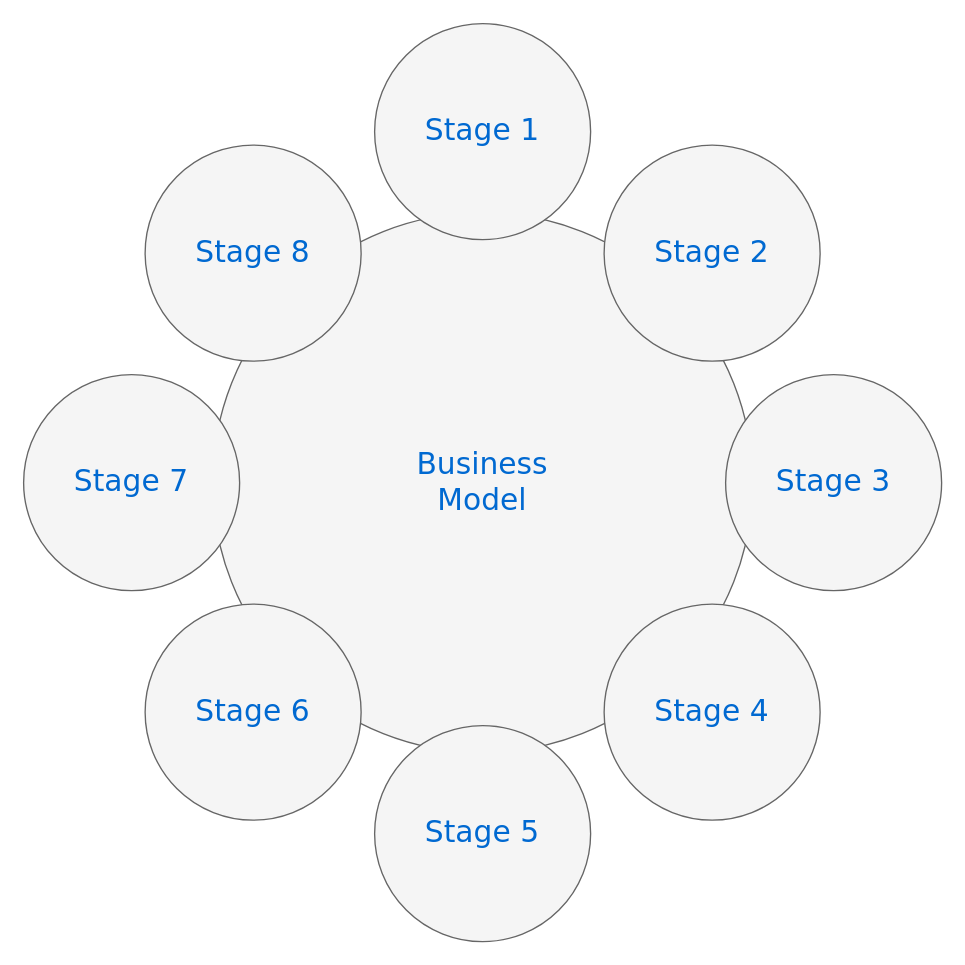
Before: Untitled Diagram.drawio in kevinparra-ops/kevinparra-ops, a draw.io diagram. Source tidied: cells renumbered, new cells numbered last; positions are measured from the earlier drawing's top-left corner, leaving out a move shared by most shapes. Both pictures are drawn from the tidied source at 135%, with x=0, y=0 at pixel (23, 23).
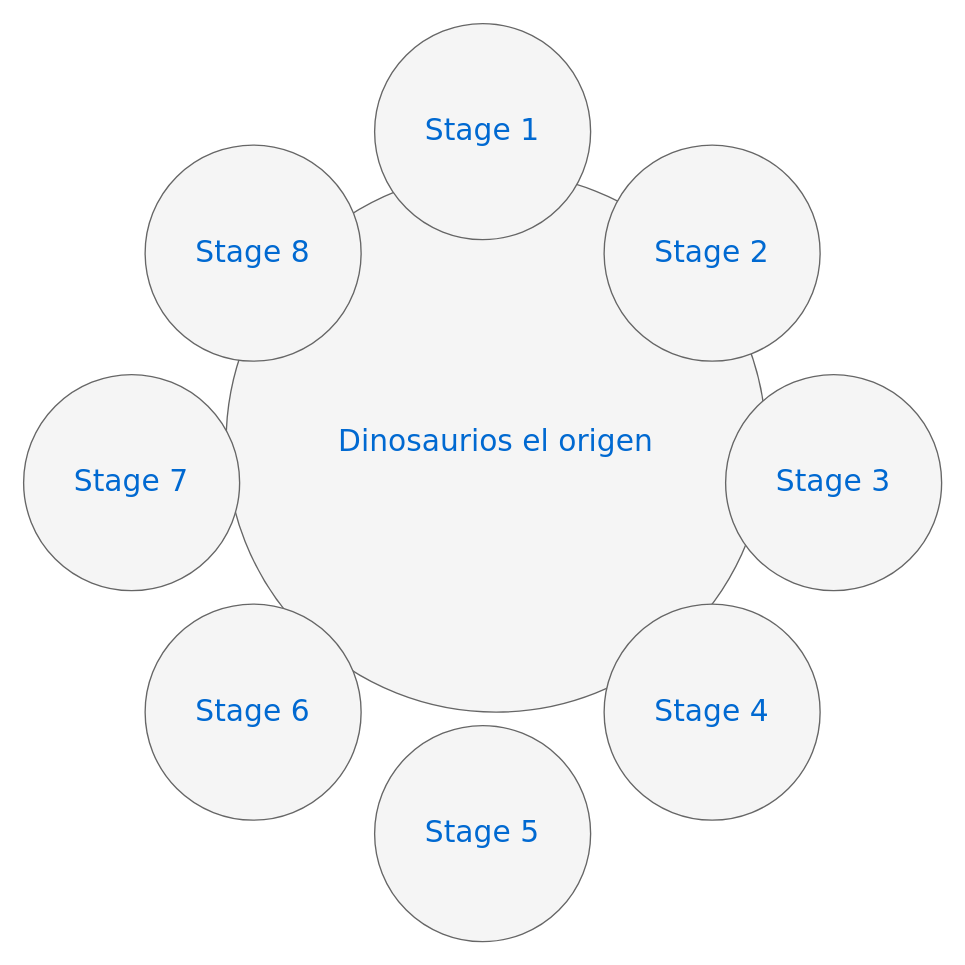
The same diagram, later.

What changed in the source:
```diff
@@
 <mxGraphModel>
   <root>
     <mxCell id="0" />
     <mxCell id="1" parent="0" />
-    <mxCell id="2" value="Business&lt;div&gt;Model&lt;/div&gt;" style="ellipse;whiteSpace=wrap;html=1;rounded=0;shadow=0;dashed=0;comic=0;fontFamily=Verdana;fontSize=22;fontColor=#0069D1;fillColor=#f5f5f5;strokeColor=#666666;" parent="1" vertex="1">
-      <mxGeometry x="140" y="140" width="400" height="400" as="geometry" />
+    <mxCell id="2" value="Dinosaurios el origen" style="ellipse;whiteSpace=wrap;html=1;rounded=0;shadow=0;dashed=0;comic=0;fontFamily=Verdana;fontSize=22;fontColor=#0069D1;fillColor=#f5f5f5;strokeColor=#666666;" parent="1" vertex="1">
+      <mxGeometry x="150" y="110" width="400" height="400" as="geometry" />
     </mxCell>
     <mxCell id="3" value="Stage 1" style="ellipse;whiteSpace=wrap;html=1;rounded=0;shadow=0;dashed=0;comic=0;fontFamily=Verdana;fontSize=22;fontColor=#0069D1;fillColor=#f5f5f5;strokeColor=#666666;" parent="1" vertex="1">
       <mxGeometry x="260" width="160" height="160" as="geometry" />
     </mxCell>
     <mxCell id="4" value="Stage 5" style="ellipse;whiteSpace=wrap;html=1;rounded=0;shadow=0;dashed=0;comic=0;fontFamily=Verdana;fontSize=22;fontColor=#0069D1;fillColor=#f5f5f5;strokeColor=#666666;" parent="1" vertex="1">
       <mxGeometry x="260" y="520" width="160" height="160" as="geometry" />
     </mxCell>
     <mxCell id="5" value="Stage 3" style="ellipse;whiteSpace=wrap;html=1;rounded=0;shadow=0;dashed=0;comic=0;fontFamily=Verdana;fontSize=22;fontColor=#0069D1;fillColor=#f5f5f5;strokeColor=#666666;" parent="1" vertex="1">
       <mxGeometry x="520" y="260" width="160" height="160" as="geometry" />
     </mxCell>
     <mxCell id="6" value="Stage 7" style="ellipse;whiteSpace=wrap;html=1;rounded=0;shadow=0;dashed=0;comic=0;fontFamily=Verdana;fontSize=22;fontColor=#0069D1;fillColor=#f5f5f5;strokeColor=#666666;" parent="1" vertex="1">
       <mxGeometry y="260" width="160" height="160" as="geometry" />
     </mxCell>
     <mxCell id="7" value="Stage 8" style="ellipse;whiteSpace=wrap;html=1;rounded=0;shadow=0;dashed=0;comic=0;fontFamily=Verdana;fontSize=22;fontColor=#0069D1;fillColor=#f5f5f5;strokeColor=#666666;" parent="1" vertex="1">
       <mxGeometry x="90" y="90" width="160" height="160" as="geometry" />
     </mxCell>
     <mxCell id="8" value="Stage 2" style="ellipse;whiteSpace=wrap;html=1;rounded=0;shadow=0;dashed=0;comic=0;fontFamily=Verdana;fontSize=22;fontColor=#0069D1;fillColor=#f5f5f5;strokeColor=#666666;" parent="1" vertex="1">
       <mxGeometry x="430" y="90" width="160" height="160" as="geometry" />
     </mxCell>
     <mxCell id="9" value="Stage 4" style="ellipse;whiteSpace=wrap;html=1;rounded=0;shadow=0;dashed=0;comic=0;fontFamily=Verdana;fontSize=22;fontColor=#0069D1;fillColor=#f5f5f5;strokeColor=#666666;" parent="1" vertex="1">
       <mxGeometry x="430" y="430" width="160" height="160" as="geometry" />
     </mxCell>
     <mxCell id="10" value="Stage 6" style="ellipse;whiteSpace=wrap;html=1;rounded=0;shadow=0;dashed=0;comic=0;fontFamily=Verdana;fontSize=22;fontColor=#0069D1;fillColor=#f5f5f5;strokeColor=#666666;" parent="1" vertex="1">
       <mxGeometry x="90" y="430" width="160" height="160" as="geometry" />
     </mxCell>
   </root>
 </mxGraphModel>
```
